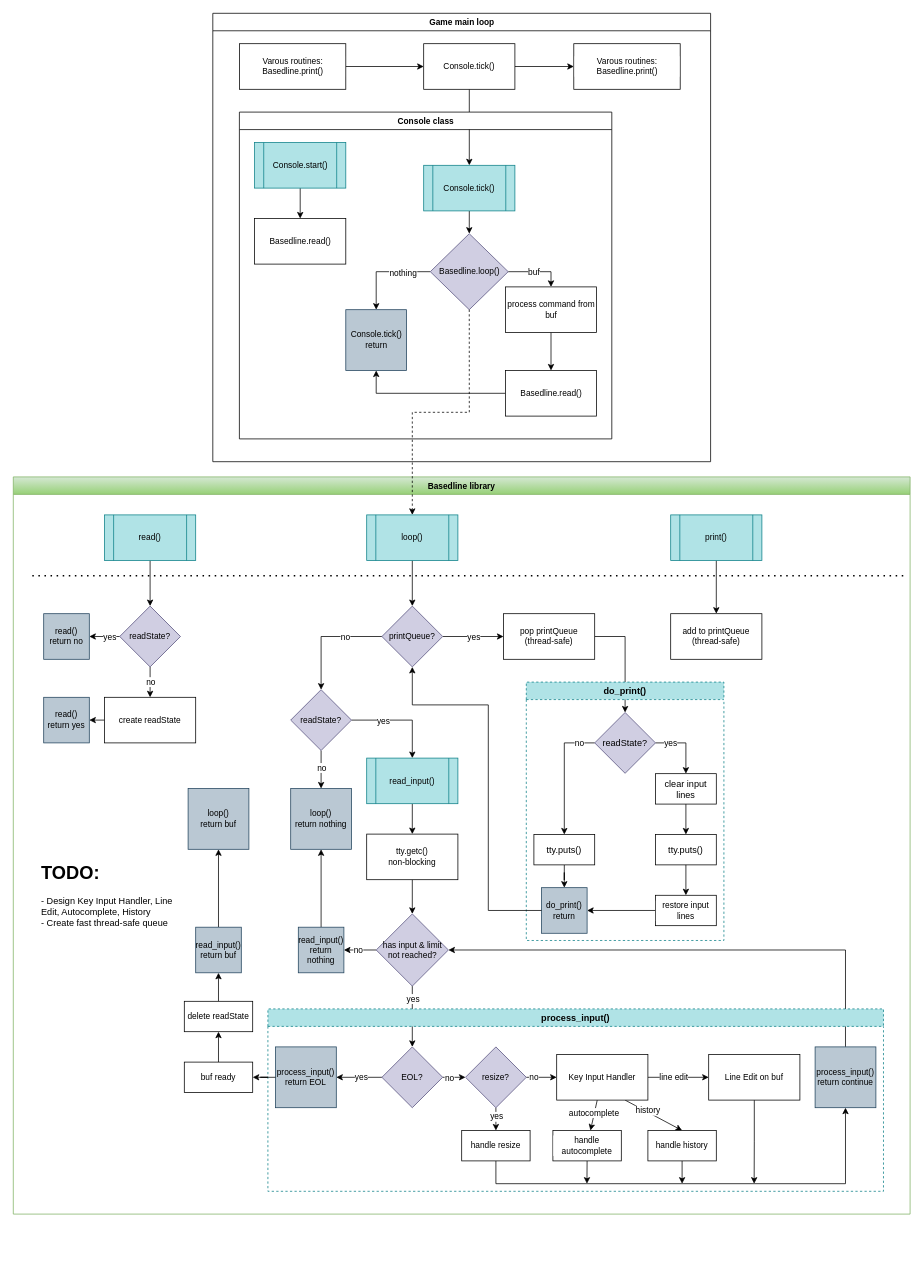
trexxet/basedline keeps this draw.io diagram as docs/Basedline.drawio. Above is the earlier version. Source tidied: cells renumbered, new cells numbered last; positions are measured from the earlier drawing's top-left corner, leaving out a move shared by most shapes. Both pictures are drawn from the tidied source at 76%, with x=0, y=0 at pixel (13, 13).
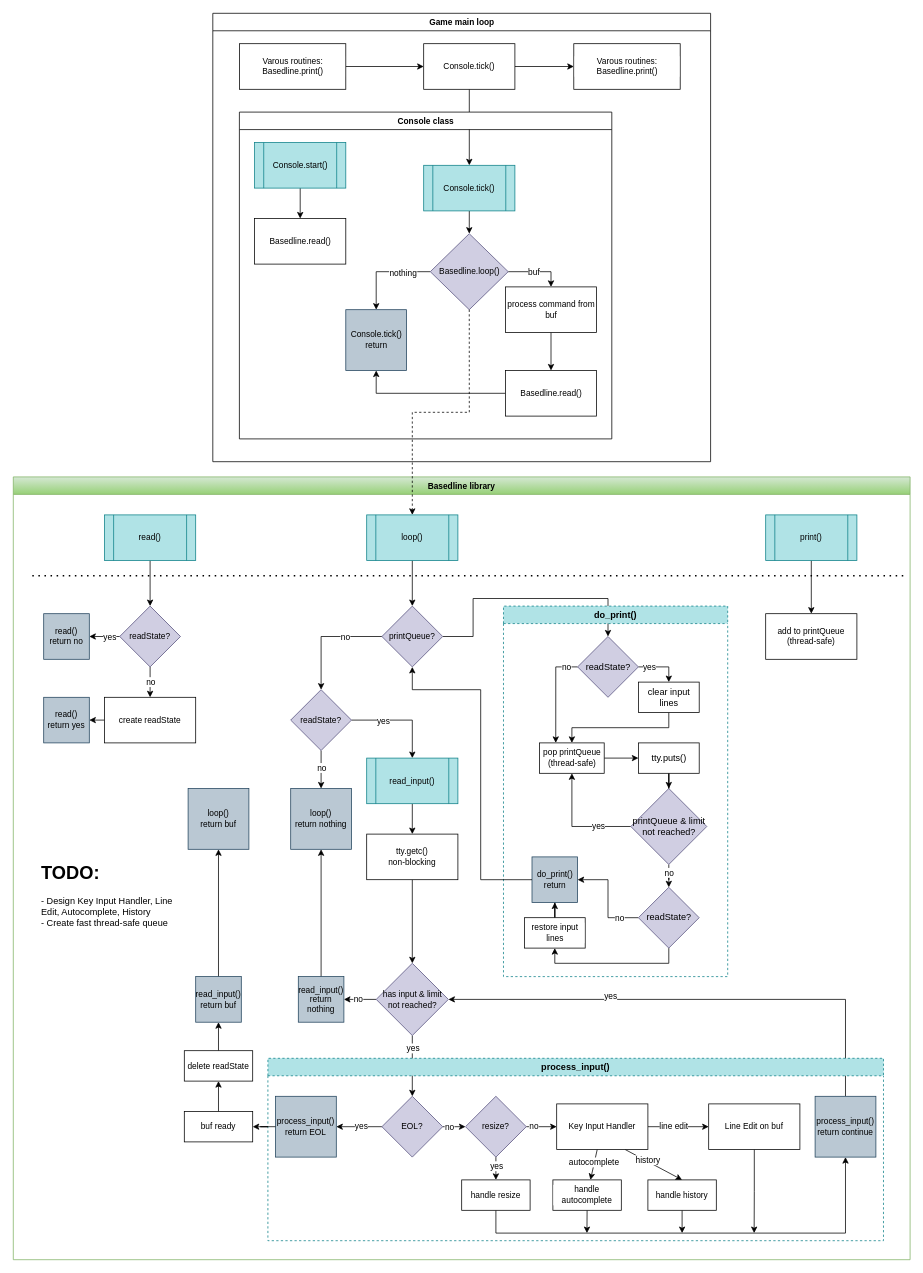
After the change.

Commit message:
Update target design: do_print()

The change refers to these unchanged cells:
```xml
<mxCell id="32" value="printQueue?" style="rhombus;whiteSpace=wrap;html=1;fontFamily=Helvetica;fontSize=11;labelBackgroundColor=none;fillColor=#d0cee2;strokeColor=#56517e;" parent="25" vertex="1">
  <mxGeometry x="485" y="170" width="80" height="80" as="geometry" />
</mxCell>
```

Change to the diagram source:
```diff
@@
     <mxCell id="25" value="Basedline library" style="swimlane;whiteSpace=wrap;html=1;fontFamily=Helvetica;fontSize=11;labelBackgroundColor=none;fillColor=#d5e8d4;strokeColor=#82b366;gradientColor=#97d077;" parent="1" vertex="1">
-      <mxGeometry y="610" width="1180" height="970" as="geometry" />
+      <mxGeometry y="610" width="1180" height="1030" as="geometry" />
     </mxCell>
@@
-    <mxCell id="30" style="edgeStyle=none;shape=connector;curved=0;rounded=0;html=1;exitX=1;exitY=0.5;exitDx=0;exitDy=0;strokeColor=default;align=center;verticalAlign=middle;fontFamily=Helvetica;fontSize=11;fontColor=default;labelBackgroundColor=default;endArrow=classic;" parent="25" edge="1" source="32" target="49">
-      <mxGeometry relative="1" as="geometry">
-        <Array as="points">
-          <mxPoint x="645" y="210" />
-        </Array>
-      </mxGeometry>
-    </mxCell>
-    <mxCell id="31" value="yes" style="edgeLabel;html=1;align=center;verticalAlign=middle;fontFamily=Helvetica;fontSize=11;fontColor=default;labelBackgroundColor=default;" parent="30" vertex="1">
-      <mxGeometry x="-0.53" relative="1" as="geometry">
-        <mxPoint x="21" as="offset" />
-      </mxGeometry>
-    </mxCell>
+    <mxCell id="122" style="edgeStyle=orthogonalEdgeStyle;rounded=0;jettySize=auto;html=1;exitX=1;exitY=0.5;exitDx=0;exitDy=0;entryX=0.5;entryY=0;entryDx=0;entryDy=0;" parent="25" edge="1" source="32" target="109">
+      <mxGeometry relative="1" as="geometry">
+        <Array as="points">
+          <mxPoint x="605" y="210" />
+          <mxPoint x="605" y="160" />
+          <mxPoint x="783" y="160" />
+        </Array>
+      </mxGeometry>
+    </mxCell>
@@
     <mxCell id="40" value="print()" style="shape=process;whiteSpace=wrap;html=1;backgroundOutline=1;fontFamily=Helvetica;fontSize=11;labelBackgroundColor=none;fillColor=#b0e3e6;strokeColor=#0e8088;" parent="25" vertex="1">
-      <mxGeometry x="865" y="50" width="120" height="60" as="geometry" />
+      <mxGeometry x="990" y="50" width="120" height="60" as="geometry" />
     </mxCell>
     <mxCell id="41" value="add to printQueue&lt;div&gt;(thread-safe)&lt;/div&gt;" style="rounded=0;whiteSpace=wrap;html=1;fontFamily=Helvetica;fontSize=11;fontColor=default;labelBackgroundColor=default;" parent="25" vertex="1">
-      <mxGeometry x="865" y="180" width="120" height="60" as="geometry" />
+      <mxGeometry x="990" y="180" width="120" height="60" as="geometry" />
     </mxCell>
@@
     <mxCell id="47" value="buf ready" style="rounded=0;whiteSpace=wrap;html=1;fontFamily=Helvetica;fontSize=11;fontColor=default;labelBackgroundColor=default;" parent="25" vertex="1">
-      <mxGeometry x="225" y="770" width="90" height="40" as="geometry" />
+      <mxGeometry x="225" y="835" width="90" height="40" as="geometry" />
     </mxCell>
-    <mxCell id="48" style="edgeStyle=orthogonalEdgeStyle;rounded=0;jettySize=auto;html=1;exitX=1;exitY=0.5;exitDx=0;exitDy=0;entryX=0.5;entryY=0;entryDx=0;entryDy=0;" parent="25" edge="1" source="49" target="109">
-      <mxGeometry relative="1" as="geometry" />
-    </mxCell>
-    <mxCell id="49" value="pop printQueue&lt;div&gt;(thread-safe)&lt;/div&gt;" style="rounded=0;whiteSpace=wrap;html=1;fontFamily=Helvetica;fontSize=11;fontColor=default;labelBackgroundColor=default;" parent="25" vertex="1">
-      <mxGeometry x="645" y="180" width="120" height="60" as="geometry" />
-    </mxCell>
@@
     <mxCell id="51" value="read_input()&lt;div&gt;return nothing&lt;/div&gt;" style="whiteSpace=wrap;html=1;fontFamily=Helvetica;fontSize=11;labelBackgroundColor=none;fillColor=#bac8d3;strokeColor=#23445d;fontColor=default;" parent="25" vertex="1">
-      <mxGeometry x="375" y="592.5" width="60" height="60" as="geometry" />
+      <mxGeometry x="375" y="657.5" width="60" height="60" as="geometry" />
     </mxCell>
@@
     <mxCell id="53" value="read_input()&lt;div&gt;return buf&lt;/div&gt;" style="whiteSpace=wrap;html=1;fontFamily=Helvetica;fontSize=11;labelBackgroundColor=none;fillColor=#bac8d3;strokeColor=#23445d;fontColor=default;" parent="25" vertex="1">
-      <mxGeometry x="240" y="592.5" width="60" height="60" as="geometry" />
+      <mxGeometry x="240" y="657.5" width="60" height="60" as="geometry" />
     </mxCell>
@@
     <mxCell id="69" value="has input &amp;amp; limit not reached?" style="rhombus;whiteSpace=wrap;html=1;fontFamily=Helvetica;fontSize=11;labelBackgroundColor=none;fillColor=#d0cee2;strokeColor=#56517e;" parent="25" vertex="1">
-      <mxGeometry x="477.5" y="575" width="95" height="95" as="geometry" />
+      <mxGeometry x="477.5" y="640" width="95" height="95" as="geometry" />
     </mxCell>
@@
     <mxCell id="71" value="delete readState" style="rounded=0;whiteSpace=wrap;html=1;fontFamily=Helvetica;fontSize=11;fontColor=default;labelBackgroundColor=default;" parent="25" vertex="1">
-      <mxGeometry x="225" y="690" width="90" height="40" as="geometry" />
+      <mxGeometry x="225" y="755" width="90" height="40" as="geometry" />
     </mxCell>
@@
     <mxCell id="75" value="process_input()" style="swimlane;whiteSpace=wrap;html=1;dashed=1;fillColor=#b0e3e6;strokeColor=#0e8088;" parent="25" vertex="1">
-      <mxGeometry x="335" y="700" width="810" height="240" as="geometry" />
+      <mxGeometry x="335" y="765" width="810" height="240" as="geometry" />
     </mxCell>
@@
     <mxCell id="104" value="do_print()" style="swimlane;whiteSpace=wrap;html=1;fillColor=#b0e3e6;strokeColor=#0e8088;dashed=1;" parent="25" vertex="1">
-      <mxGeometry x="675" y="270" width="260" height="340" as="geometry" />
+      <mxGeometry x="645" y="170" width="295" height="487.5" as="geometry" />
     </mxCell>
@@
-    <mxCell id="107" style="edgeStyle=orthogonalEdgeStyle;rounded=0;jettySize=auto;html=1;exitX=0;exitY=0.5;exitDx=0;exitDy=0;entryX=0.5;entryY=0;entryDx=0;entryDy=0;" parent="104" edge="1" source="109" target="111">
-      <mxGeometry relative="1" as="geometry" />
-    </mxCell>
-    <mxCell id="108" value="no" style="edgeLabel;html=1;align=center;verticalAlign=middle;" parent="107" vertex="1">
-      <mxGeometry x="-0.74" relative="1" as="geometry" />
-    </mxCell>
+    <mxCell id="123" style="edgeStyle=orthogonalEdgeStyle;rounded=0;jettySize=auto;html=1;exitX=0;exitY=0.5;exitDx=0;exitDy=0;entryX=0.25;entryY=0;entryDx=0;entryDy=0;" parent="104" edge="1" source="109" target="49">
+      <mxGeometry relative="1" as="geometry" />
+    </mxCell>
+    <mxCell id="124" value="no" style="edgeLabel;html=1;align=center;verticalAlign=middle;" parent="123" vertex="1">
+      <mxGeometry x="-0.76" relative="1" as="geometry" />
+    </mxCell>
     <mxCell id="109" value="readState?" style="rhombus;whiteSpace=wrap;html=1;fillColor=#d0cee2;strokeColor=#56517e;labelBackgroundColor=none;" parent="104" vertex="1">
-      <mxGeometry x="90" y="40" width="80" height="80" as="geometry" />
+      <mxGeometry x="97.5" y="40" width="80" height="80" as="geometry" />
     </mxCell>
-    <mxCell id="110" style="edgeStyle=orthogonalEdgeStyle;rounded=0;jettySize=auto;html=1;" parent="104" edge="1" source="111" target="117">
-      <mxGeometry relative="1" as="geometry" />
-    </mxCell>
-    <mxCell id="111" value="tty.puts()" style="rounded=0;whiteSpace=wrap;html=1;" parent="104" vertex="1">
-      <mxGeometry x="10" y="200.5" width="80" height="40" as="geometry" />
-    </mxCell>
-    <mxCell id="112" style="edgeStyle=orthogonalEdgeStyle;rounded=0;jettySize=auto;html=1;" parent="104" edge="1" source="113" target="116">
-      <mxGeometry relative="1" as="geometry" />
-    </mxCell>
+    <mxCell id="125" style="edgeStyle=orthogonalEdgeStyle;rounded=0;jettySize=auto;html=1;exitX=0.5;exitY=1;exitDx=0;exitDy=0;entryX=0.5;entryY=0;entryDx=0;entryDy=0;" parent="104" edge="1" source="113" target="49">
+      <mxGeometry relative="1" as="geometry" />
+    </mxCell>
     <mxCell id="113" value="clear input lines" style="rounded=0;whiteSpace=wrap;html=1;" parent="104" vertex="1">
-      <mxGeometry x="170" y="120.5" width="80" height="40" as="geometry" />
+      <mxGeometry x="177.5" y="100" width="80" height="40" as="geometry" />
     </mxCell>
@@
     <mxCell id="115" value="restore input lines" style="rounded=0;whiteSpace=wrap;html=1;fontFamily=Helvetica;fontSize=11;fontColor=default;labelBackgroundColor=default;" parent="104" vertex="1">
-      <mxGeometry x="170" y="280.5" width="80" height="40" as="geometry" />
+      <mxGeometry x="27.5" y="410" width="80" height="40" as="geometry" />
     </mxCell>
+    <mxCell id="117" value="do_print() return" style="whiteSpace=wrap;html=1;fontFamily=Helvetica;fontSize=11;labelBackgroundColor=none;fillColor=#bac8d3;strokeColor=#23445d;fontColor=default;" parent="104" vertex="1">
+      <mxGeometry x="37.5" y="330" width="60" height="60" as="geometry" />
+    </mxCell>
+    <mxCell id="126" style="edgeStyle=orthogonalEdgeStyle;rounded=0;jettySize=auto;html=1;" parent="104" edge="1" source="130" target="137">
+      <mxGeometry relative="1" as="geometry" />
+    </mxCell>
+    <mxCell id="127" value="no" style="edgeLabel;html=1;align=center;verticalAlign=middle;" parent="126" vertex="1">
+      <mxGeometry x="-0.65" y="-1" relative="1" as="geometry">
+        <mxPoint x="1" y="1" as="offset" />
+      </mxGeometry>
+    </mxCell>
+    <mxCell id="128" style="edgeStyle=orthogonalEdgeStyle;rounded=0;jettySize=auto;html=1;exitX=0;exitY=0.5;exitDx=0;exitDy=0;entryX=0.5;entryY=1;entryDx=0;entryDy=0;" parent="104" edge="1" source="130" target="49">
+      <mxGeometry relative="1" as="geometry" />
+    </mxCell>
+    <mxCell id="129" value="yes" style="edgeLabel;html=1;align=center;verticalAlign=middle;" parent="128" vertex="1">
+      <mxGeometry x="-0.42" y="-1" relative="1" as="geometry" />
+    </mxCell>
+    <mxCell id="130" value="&lt;font&gt;printQueue &amp;amp; limit not reached?&lt;/font&gt;" style="rhombus;whiteSpace=wrap;html=1;fillColor=#d0cee2;strokeColor=#56517e;labelBackgroundColor=none;" parent="104" vertex="1">
+      <mxGeometry x="167.5" y="240" width="100" height="100" as="geometry" />
+    </mxCell>
+    <mxCell id="131" style="edgeStyle=orthogonalEdgeStyle;rounded=0;jettySize=auto;html=1;" parent="104" edge="1" source="49" target="116">
+      <mxGeometry relative="1" as="geometry" />
+    </mxCell>
+    <mxCell id="49" value="pop printQueue&lt;div&gt;(thread-safe)&lt;/div&gt;" style="rounded=0;whiteSpace=wrap;html=1;fontFamily=Helvetica;fontSize=11;fontColor=default;labelBackgroundColor=default;" parent="104" vertex="1">
+      <mxGeometry x="47.5" y="180" width="85" height="40" as="geometry" />
+    </mxCell>
+    <mxCell id="132" style="edgeStyle=orthogonalEdgeStyle;rounded=0;jettySize=auto;html=1;" parent="104" edge="1" source="116" target="130">
+      <mxGeometry relative="1" as="geometry" />
+    </mxCell>
     <mxCell id="116" value="tty.puts()" style="rounded=0;whiteSpace=wrap;html=1;" parent="104" vertex="1">
-      <mxGeometry x="170" y="200.5" width="80" height="40" as="geometry" />
+      <mxGeometry x="177.5" y="180" width="80" height="40" as="geometry" />
     </mxCell>
-    <mxCell id="117" value="do_print() return" style="whiteSpace=wrap;html=1;fontFamily=Helvetica;fontSize=11;labelBackgroundColor=none;fillColor=#bac8d3;strokeColor=#23445d;fontColor=default;" parent="104" vertex="1">
-      <mxGeometry x="20" y="270.5" width="60" height="60" as="geometry" />
-    </mxCell>
-    <mxCell id="118" style="edgeStyle=orthogonalEdgeStyle;rounded=0;jettySize=auto;html=1;" parent="104" edge="1" source="116" target="115">
-      <mxGeometry relative="1" as="geometry" />
-    </mxCell>
+    <mxCell id="133" style="edgeStyle=orthogonalEdgeStyle;rounded=0;jettySize=auto;html=1;exitX=0.5;exitY=1;exitDx=0;exitDy=0;entryX=0.5;entryY=1;entryDx=0;entryDy=0;" parent="104" edge="1" source="137" target="115">
+      <mxGeometry relative="1" as="geometry" />
+    </mxCell>
+    <mxCell id="134" value="yes" style="edgeLabel;html=1;align=center;verticalAlign=middle;" parent="133" vertex="1">
+      <mxGeometry x="0.02" y="-2" relative="1" as="geometry">
+        <mxPoint y="45" as="offset" />
+      </mxGeometry>
+    </mxCell>
+    <mxCell id="135" style="edgeStyle=orthogonalEdgeStyle;rounded=0;jettySize=auto;html=1;exitX=0;exitY=0.5;exitDx=0;exitDy=0;entryX=1;entryY=0.5;entryDx=0;entryDy=0;" parent="104" edge="1" source="137" target="117">
+      <mxGeometry relative="1" as="geometry" />
+    </mxCell>
+    <mxCell id="136" value="no" style="edgeLabel;html=1;align=center;verticalAlign=middle;" parent="135" vertex="1">
+      <mxGeometry x="-0.62" relative="1" as="geometry" />
+    </mxCell>
+    <mxCell id="137" value="readState?" style="rhombus;whiteSpace=wrap;html=1;fillColor=#d0cee2;strokeColor=#56517e;labelBackgroundColor=none;" parent="104" vertex="1">
+      <mxGeometry x="177.5" y="370" width="80" height="80" as="geometry" />
+    </mxCell>
+    <mxCell id="120" style="endArrow=none;dashed=1;html=1;dashPattern=1 3;strokeWidth=2;rounded=0;" parent="25" edge="1">
+      <mxGeometry relative="1" as="geometry">
+        <mxPoint x="25" y="130" as="sourcePoint" />
+        <mxPoint x="1175" y="130" as="targetPoint" />
+      </mxGeometry>
+    </mxCell>
     <mxCell id="119" style="edgeStyle=orthogonalEdgeStyle;rounded=0;jettySize=auto;html=1;exitX=0;exitY=0.5;exitDx=0;exitDy=0;entryX=0.5;entryY=1;entryDx=0;entryDy=0;" parent="25" edge="1" source="117" target="32">
       <mxGeometry relative="1" as="geometry">
         <Array as="points">
-          <mxPoint x="625" y="571" />
-          <mxPoint x="625" y="300" />
-          <mxPoint x="525" y="300" />
+          <mxPoint x="615" y="530" />
+          <mxPoint x="615" y="280" />
+          <mxPoint x="525" y="280" />
         </Array>
       </mxGeometry>
     </mxCell>
-    <mxCell id="120" style="endArrow=none;dashed=1;html=1;dashPattern=1 3;strokeWidth=2;rounded=0;" parent="25" edge="1">
-      <mxGeometry relative="1" as="geometry">
-        <mxPoint x="25" y="130" as="sourcePoint" />
-        <mxPoint x="1175" y="130" as="targetPoint" />
-      </mxGeometry>
-    </mxCell>
```
